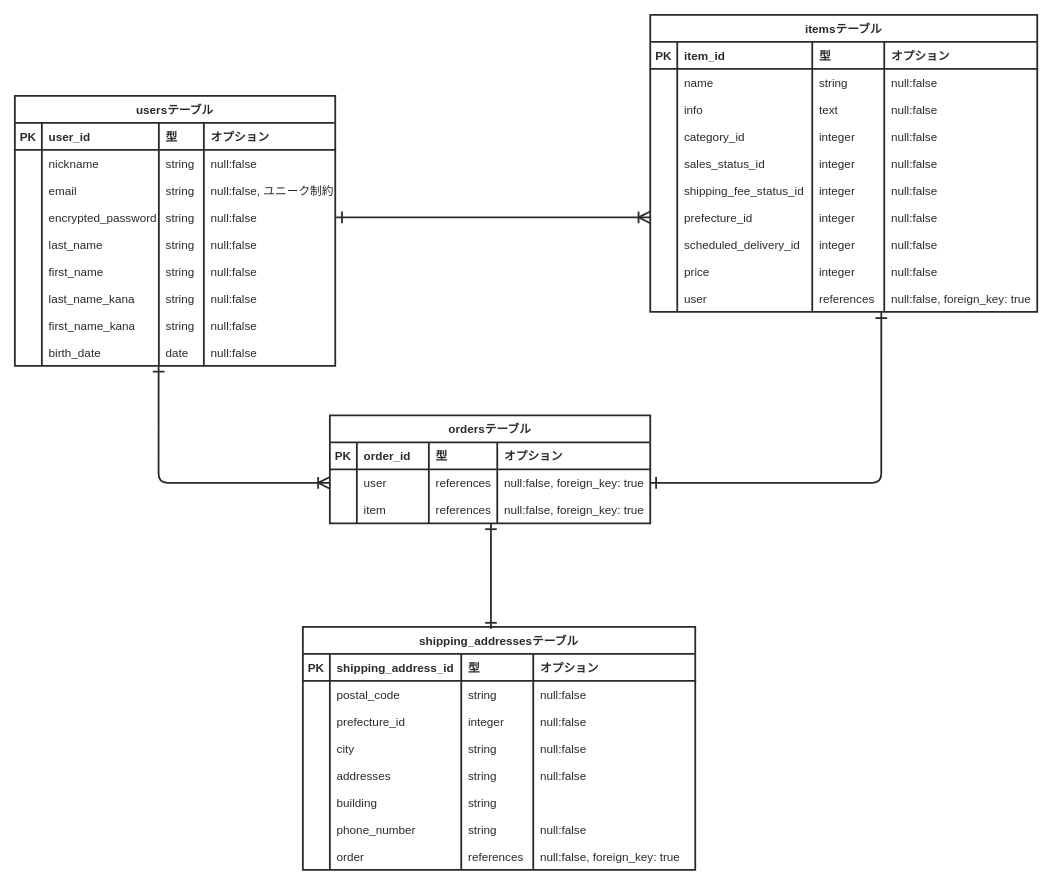
Before: database.dio in aktmmiri/furima-37102, a draw.io diagram. Source tidied: cells renumbered, new cells numbered last; positions are measured from the earlier drawing's top-left corner, leaving out a move shared by most shapes. Both pictures are drawn from the tidied source at 90%, with x=0, y=0 at pixel (14, 14).
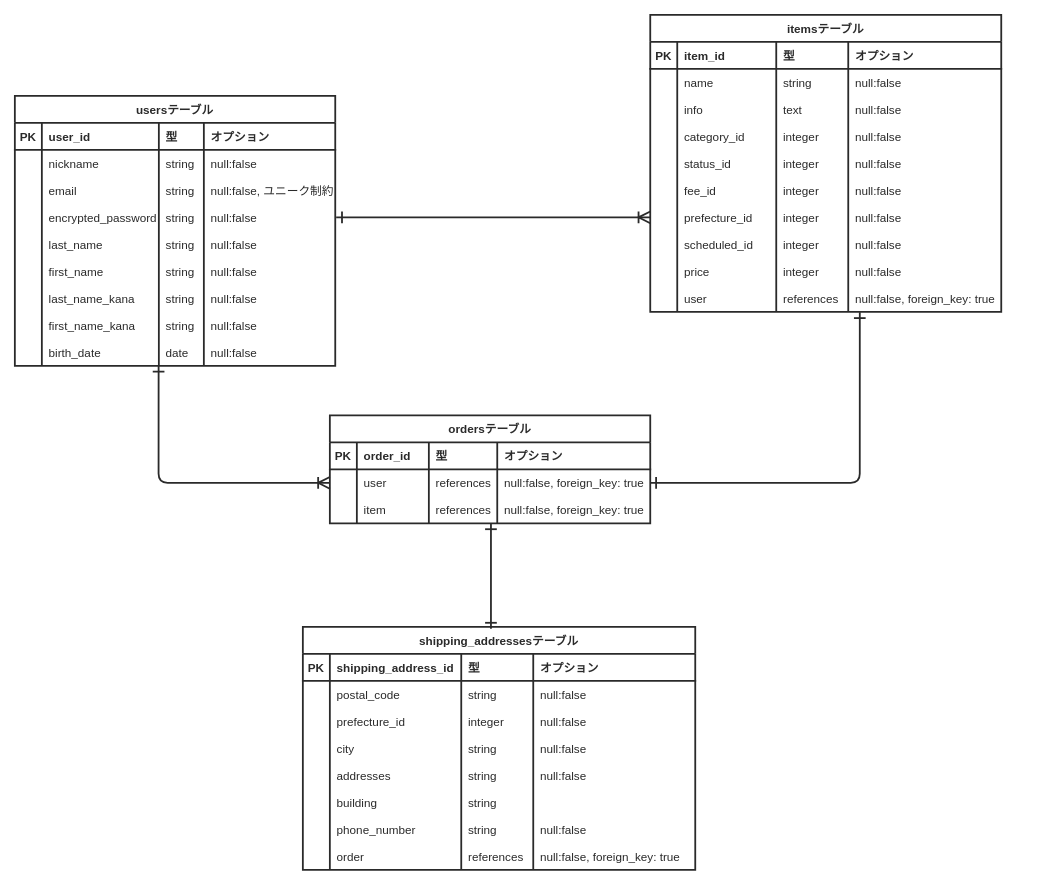
Above is the later version.

What changed in the source:
```diff
@@
     <mxCell id="48" value="itemsテーブル" style="shape=table;startSize=30;childLayout=tableLayout;rowLines=0;fontStyle=1;align=center;strokeWidth=2;labelBackgroundColor=none;fontColor=#2A2A2A;strokeColor=#2A2A2A;fontSize=13;" parent="1" vertex="1">
-      <mxGeometry x="706" width="430" height="330" as="geometry" />
+      <mxGeometry x="706" width="390" height="330" as="geometry" />
     </mxCell>
     <mxCell id="49" style="shape=partialRectangle;fillColor=none;top=0;left=0;bottom=1;right=0;fontColor=#2A2A2A;strokeColor=#2A2A2A;fontSize=13;strokeWidth=2;" parent="48" vertex="1">
-      <mxGeometry y="30" width="430" height="30" as="geometry" />
+      <mxGeometry y="30" width="390" height="30" as="geometry" />
     </mxCell>
@@
     <mxCell id="51" value="item_id" style="shape=partialRectangle;fillColor=none;top=0;left=0;bottom=0;right=0;align=left;spacingLeft=6;fontStyle=1;overflow=hidden;fontColor=#2A2A2A;strokeColor=#2A2A2A;fontSize=13;strokeWidth=2;" parent="49" vertex="1">
-      <mxGeometry x="30" width="150" height="30" as="geometry" />
+      <mxGeometry x="30" width="110" height="30" as="geometry" />
     </mxCell>
     <mxCell id="52" value="型" style="shape=partialRectangle;fillColor=none;top=0;left=0;bottom=0;right=0;align=left;spacingLeft=6;fontStyle=1;overflow=hidden;fontColor=#2A2A2A;strokeColor=#2A2A2A;fontSize=13;strokeWidth=2;" parent="49" vertex="1">
-      <mxGeometry x="180" width="80" height="30" as="geometry" />
+      <mxGeometry x="140" width="80" height="30" as="geometry" />
     </mxCell>
     <mxCell id="53" value="オプション" style="shape=partialRectangle;fillColor=none;top=0;left=0;bottom=0;right=0;align=left;spacingLeft=6;fontStyle=1;overflow=hidden;fontColor=#2A2A2A;strokeColor=#2A2A2A;fontSize=13;strokeWidth=2;" parent="49" vertex="1">
-      <mxGeometry x="260" width="170" height="30" as="geometry" />
+      <mxGeometry x="220" width="170" height="30" as="geometry" />
     </mxCell>
     <mxCell id="54" style="shape=partialRectangle;fillColor=none;top=0;left=0;bottom=0;right=0;fontColor=#2A2A2A;strokeColor=#2A2A2A;fontSize=13;strokeWidth=2;" parent="48" vertex="1">
-      <mxGeometry y="60" width="430" height="30" as="geometry" />
+      <mxGeometry y="60" width="390" height="30" as="geometry" />
     </mxCell>
@@
     <mxCell id="56" value="name" style="shape=partialRectangle;fillColor=none;top=0;left=0;bottom=0;right=0;align=left;spacingLeft=6;overflow=hidden;fontColor=#2A2A2A;strokeColor=#2A2A2A;fontSize=13;strokeWidth=2;" parent="54" vertex="1">
-      <mxGeometry x="30" width="150" height="30" as="geometry" />
+      <mxGeometry x="30" width="110" height="30" as="geometry" />
     </mxCell>
     <mxCell id="57" value="string" style="shape=partialRectangle;fillColor=none;top=0;left=0;bottom=0;right=0;align=left;spacingLeft=6;overflow=hidden;fontColor=#2A2A2A;strokeColor=#2A2A2A;fontSize=13;strokeWidth=2;" parent="54" vertex="1">
-      <mxGeometry x="180" width="80" height="30" as="geometry" />
+      <mxGeometry x="140" width="80" height="30" as="geometry" />
     </mxCell>
     <mxCell id="58" value="null:false" style="shape=partialRectangle;fillColor=none;top=0;left=0;bottom=0;right=0;align=left;spacingLeft=6;overflow=hidden;fontColor=#2A2A2A;strokeColor=#2A2A2A;fontSize=13;strokeWidth=2;" parent="54" vertex="1">
-      <mxGeometry x="260" width="170" height="30" as="geometry" />
+      <mxGeometry x="220" width="170" height="30" as="geometry" />
     </mxCell>
     <mxCell id="59" style="shape=partialRectangle;fillColor=none;top=0;left=0;bottom=0;right=0;fontColor=#2A2A2A;strokeColor=#2A2A2A;fontSize=13;strokeWidth=2;" parent="48" vertex="1">
-      <mxGeometry y="90" width="430" height="30" as="geometry" />
+      <mxGeometry y="90" width="390" height="30" as="geometry" />
     </mxCell>
@@
     <mxCell id="61" value="info" style="shape=partialRectangle;fillColor=none;top=0;left=0;bottom=0;right=0;align=left;spacingLeft=6;overflow=hidden;fontColor=#2A2A2A;strokeColor=#2A2A2A;fontSize=13;strokeWidth=2;" parent="59" vertex="1">
-      <mxGeometry x="30" width="150" height="30" as="geometry" />
+      <mxGeometry x="30" width="110" height="30" as="geometry" />
     </mxCell>
     <mxCell id="62" value="text" style="shape=partialRectangle;fillColor=none;top=0;left=0;bottom=0;right=0;align=left;spacingLeft=6;overflow=hidden;fontColor=#2A2A2A;strokeColor=#2A2A2A;fontSize=13;strokeWidth=2;" parent="59" vertex="1">
-      <mxGeometry x="180" width="80" height="30" as="geometry" />
+      <mxGeometry x="140" width="80" height="30" as="geometry" />
     </mxCell>
     <mxCell id="63" value="null:false" style="shape=partialRectangle;fillColor=none;top=0;left=0;bottom=0;right=0;align=left;spacingLeft=6;overflow=hidden;fontColor=#2A2A2A;strokeColor=#2A2A2A;fontSize=13;strokeWidth=2;" parent="59" vertex="1">
-      <mxGeometry x="260" width="170" height="30" as="geometry" />
+      <mxGeometry x="220" width="170" height="30" as="geometry" />
     </mxCell>
     <mxCell id="64" style="shape=partialRectangle;fillColor=none;top=0;left=0;bottom=0;right=0;fontColor=#2A2A2A;strokeColor=#2A2A2A;fontSize=13;strokeWidth=2;" parent="48" vertex="1">
-      <mxGeometry y="120" width="430" height="30" as="geometry" />
+      <mxGeometry y="120" width="390" height="30" as="geometry" />
     </mxCell>
@@
     <mxCell id="66" value="category_id" style="shape=partialRectangle;fillColor=none;top=0;left=0;bottom=0;right=0;align=left;spacingLeft=6;overflow=hidden;fontColor=#2A2A2A;strokeColor=#2A2A2A;fontSize=13;strokeWidth=2;" parent="64" vertex="1">
-      <mxGeometry x="30" width="150" height="30" as="geometry" />
+      <mxGeometry x="30" width="110" height="30" as="geometry" />
     </mxCell>
     <mxCell id="67" value="integer" style="shape=partialRectangle;fillColor=none;top=0;left=0;bottom=0;right=0;align=left;spacingLeft=6;overflow=hidden;fontColor=#2A2A2A;strokeColor=#2A2A2A;fontSize=13;strokeWidth=2;" parent="64" vertex="1">
-      <mxGeometry x="180" width="80" height="30" as="geometry" />
+      <mxGeometry x="140" width="80" height="30" as="geometry" />
     </mxCell>
     <mxCell id="68" value="null:false" style="shape=partialRectangle;fillColor=none;top=0;left=0;bottom=0;right=0;align=left;spacingLeft=6;overflow=hidden;fontColor=#2A2A2A;strokeColor=#2A2A2A;fontSize=13;strokeWidth=2;" parent="64" vertex="1">
-      <mxGeometry x="260" width="170" height="30" as="geometry" />
+      <mxGeometry x="220" width="170" height="30" as="geometry" />
     </mxCell>
     <mxCell id="69" style="shape=partialRectangle;fillColor=none;top=0;left=0;bottom=0;right=0;fontColor=#2A2A2A;strokeColor=#2A2A2A;fontSize=13;strokeWidth=2;" parent="48" vertex="1">
-      <mxGeometry y="150" width="430" height="30" as="geometry" />
+      <mxGeometry y="150" width="390" height="30" as="geometry" />
     </mxCell>
@@
-    <mxCell id="71" value="sales_status_id" style="shape=partialRectangle;fillColor=none;top=0;left=0;bottom=0;right=0;align=left;spacingLeft=6;overflow=hidden;fontColor=#2A2A2A;strokeColor=#2A2A2A;fontSize=13;strokeWidth=2;" parent="69" vertex="1">
-      <mxGeometry x="30" width="150" height="30" as="geometry" />
+    <mxCell id="71" value="status_id" style="shape=partialRectangle;fillColor=none;top=0;left=0;bottom=0;right=0;align=left;spacingLeft=6;overflow=hidden;fontColor=#2A2A2A;strokeColor=#2A2A2A;fontSize=13;strokeWidth=2;" parent="69" vertex="1">
+      <mxGeometry x="30" width="110" height="30" as="geometry" />
     </mxCell>
     <mxCell id="72" value="integer" style="shape=partialRectangle;fillColor=none;top=0;left=0;bottom=0;right=0;align=left;spacingLeft=6;overflow=hidden;fontColor=#2A2A2A;strokeColor=#2A2A2A;fontSize=13;strokeWidth=2;" parent="69" vertex="1">
-      <mxGeometry x="180" width="80" height="30" as="geometry" />
+      <mxGeometry x="140" width="80" height="30" as="geometry" />
     </mxCell>
     <mxCell id="73" value="null:false" style="shape=partialRectangle;fillColor=none;top=0;left=0;bottom=0;right=0;align=left;spacingLeft=6;overflow=hidden;fontColor=#2A2A2A;strokeColor=#2A2A2A;fontSize=13;strokeWidth=2;" parent="69" vertex="1">
-      <mxGeometry x="260" width="170" height="30" as="geometry" />
+      <mxGeometry x="220" width="170" height="30" as="geometry" />
     </mxCell>
     <mxCell id="74" style="shape=partialRectangle;fillColor=none;top=0;left=0;bottom=0;right=0;fontColor=#2A2A2A;strokeColor=#2A2A2A;fontSize=13;strokeWidth=2;" parent="48" vertex="1">
-      <mxGeometry y="180" width="430" height="30" as="geometry" />
+      <mxGeometry y="180" width="390" height="30" as="geometry" />
     </mxCell>
@@
-    <mxCell id="76" value="shipping_fee_status_id" style="shape=partialRectangle;fillColor=none;top=0;left=0;bottom=0;right=0;align=left;spacingLeft=6;overflow=hidden;fontColor=#2A2A2A;strokeColor=#2A2A2A;fontSize=13;strokeWidth=2;" parent="74" vertex="1">
-      <mxGeometry x="30" width="150" height="30" as="geometry" />
+    <mxCell id="76" value="fee_id" style="shape=partialRectangle;fillColor=none;top=0;left=0;bottom=0;right=0;align=left;spacingLeft=6;overflow=hidden;fontColor=#2A2A2A;strokeColor=#2A2A2A;fontSize=13;strokeWidth=2;" parent="74" vertex="1">
+      <mxGeometry x="30" width="110" height="30" as="geometry" />
     </mxCell>
     <mxCell id="77" value="integer" style="shape=partialRectangle;fillColor=none;top=0;left=0;bottom=0;right=0;align=left;spacingLeft=6;overflow=hidden;fontColor=#2A2A2A;strokeColor=#2A2A2A;fontSize=13;strokeWidth=2;" parent="74" vertex="1">
-      <mxGeometry x="180" width="80" height="30" as="geometry" />
+      <mxGeometry x="140" width="80" height="30" as="geometry" />
     </mxCell>
     <mxCell id="78" value="null:false" style="shape=partialRectangle;fillColor=none;top=0;left=0;bottom=0;right=0;align=left;spacingLeft=6;overflow=hidden;fontColor=#2A2A2A;strokeColor=#2A2A2A;fontSize=13;strokeWidth=2;" parent="74" vertex="1">
-      <mxGeometry x="260" width="170" height="30" as="geometry" />
+      <mxGeometry x="220" width="170" height="30" as="geometry" />
     </mxCell>
     <mxCell id="79" style="shape=partialRectangle;fillColor=none;top=0;left=0;bottom=0;right=0;points=[[0,0.5],[1,0.5]];portConstraint=eastwest;fontColor=#2A2A2A;strokeColor=#2A2A2A;fontSize=13;strokeWidth=2;" parent="48" vertex="1">
-      <mxGeometry y="210" width="430" height="30" as="geometry" />
+      <mxGeometry y="210" width="390" height="30" as="geometry" />
     </mxCell>
@@
     <mxCell id="81" value="prefecture_id" style="shape=partialRectangle;fillColor=none;top=0;left=0;bottom=0;right=0;align=left;spacingLeft=6;overflow=hidden;fontColor=#2A2A2A;strokeColor=#2A2A2A;fontSize=13;strokeWidth=2;" parent="79" vertex="1">
-      <mxGeometry x="30" width="150" height="30" as="geometry" />
+      <mxGeometry x="30" width="110" height="30" as="geometry" />
     </mxCell>
     <mxCell id="82" value="integer" style="shape=partialRectangle;fillColor=none;top=0;left=0;bottom=0;right=0;align=left;spacingLeft=6;overflow=hidden;fontColor=#2A2A2A;strokeColor=#2A2A2A;fontSize=13;strokeWidth=2;" parent="79" vertex="1">
-      <mxGeometry x="180" width="80" height="30" as="geometry" />
+      <mxGeometry x="140" width="80" height="30" as="geometry" />
     </mxCell>
     <mxCell id="83" value="null:false" style="shape=partialRectangle;fillColor=none;top=0;left=0;bottom=0;right=0;align=left;spacingLeft=6;overflow=hidden;fontColor=#2A2A2A;strokeColor=#2A2A2A;fontSize=13;strokeWidth=2;" parent="79" vertex="1">
-      <mxGeometry x="260" width="170" height="30" as="geometry" />
+      <mxGeometry x="220" width="170" height="30" as="geometry" />
     </mxCell>
     <mxCell id="84" style="shape=partialRectangle;fillColor=none;top=0;left=0;bottom=0;right=0;fontColor=#2A2A2A;strokeColor=#2A2A2A;fontSize=13;strokeWidth=2;" parent="48" vertex="1">
-      <mxGeometry y="240" width="430" height="30" as="geometry" />
+      <mxGeometry y="240" width="390" height="30" as="geometry" />
     </mxCell>
@@
-    <mxCell id="86" value="scheduled_delivery_id" style="shape=partialRectangle;fillColor=none;top=0;left=0;bottom=0;right=0;align=left;spacingLeft=6;overflow=hidden;fontColor=#2A2A2A;strokeColor=#2A2A2A;fontSize=13;strokeWidth=2;" parent="84" vertex="1">
-      <mxGeometry x="30" width="150" height="30" as="geometry" />
+    <mxCell id="86" value="scheduled_id" style="shape=partialRectangle;fillColor=none;top=0;left=0;bottom=0;right=0;align=left;spacingLeft=6;overflow=hidden;fontColor=#2A2A2A;strokeColor=#2A2A2A;fontSize=13;strokeWidth=2;" parent="84" vertex="1">
+      <mxGeometry x="30" width="110" height="30" as="geometry" />
     </mxCell>
     <mxCell id="87" value="integer" style="shape=partialRectangle;fillColor=none;top=0;left=0;bottom=0;right=0;align=left;spacingLeft=6;overflow=hidden;fontColor=#2A2A2A;strokeColor=#2A2A2A;fontSize=13;strokeWidth=2;" parent="84" vertex="1">
-      <mxGeometry x="180" width="80" height="30" as="geometry" />
+      <mxGeometry x="140" width="80" height="30" as="geometry" />
     </mxCell>
     <mxCell id="88" value="null:false" style="shape=partialRectangle;fillColor=none;top=0;left=0;bottom=0;right=0;align=left;spacingLeft=6;overflow=hidden;fontColor=#2A2A2A;strokeColor=#2A2A2A;fontSize=13;strokeWidth=2;" parent="84" vertex="1">
-      <mxGeometry x="260" width="170" height="30" as="geometry" />
+      <mxGeometry x="220" width="170" height="30" as="geometry" />
     </mxCell>
     <mxCell id="89" style="shape=partialRectangle;fillColor=none;top=0;left=0;bottom=0;right=0;fontColor=#2A2A2A;strokeColor=#2A2A2A;fontSize=13;strokeWidth=2;" parent="48" vertex="1">
-      <mxGeometry y="270" width="430" height="30" as="geometry" />
+      <mxGeometry y="270" width="390" height="30" as="geometry" />
     </mxCell>
@@
     <mxCell id="91" value="price" style="shape=partialRectangle;fillColor=none;top=0;left=0;bottom=0;right=0;align=left;spacingLeft=6;overflow=hidden;fontColor=#2A2A2A;strokeColor=#2A2A2A;fontSize=13;strokeWidth=2;" parent="89" vertex="1">
-      <mxGeometry x="30" width="150" height="30" as="geometry" />
+      <mxGeometry x="30" width="110" height="30" as="geometry" />
     </mxCell>
     <mxCell id="92" value="integer" style="shape=partialRectangle;fillColor=none;top=0;left=0;bottom=0;right=0;align=left;spacingLeft=6;overflow=hidden;fontColor=#2A2A2A;strokeColor=#2A2A2A;fontSize=13;strokeWidth=2;" parent="89" vertex="1">
-      <mxGeometry x="180" width="80" height="30" as="geometry" />
+      <mxGeometry x="140" width="80" height="30" as="geometry" />
     </mxCell>
     <mxCell id="93" value="null:false" style="shape=partialRectangle;fillColor=none;top=0;left=0;bottom=0;right=0;align=left;spacingLeft=6;overflow=hidden;fontColor=#2A2A2A;strokeColor=#2A2A2A;fontSize=13;strokeWidth=2;" parent="89" vertex="1">
-      <mxGeometry x="260" width="170" height="30" as="geometry" />
+      <mxGeometry x="220" width="170" height="30" as="geometry" />
     </mxCell>
     <mxCell id="94" style="shape=partialRectangle;fillColor=none;top=0;left=0;bottom=0;right=0;points=[[0,0.5],[1,0.5]];portConstraint=eastwest;fontColor=#2A2A2A;strokeColor=#2A2A2A;fontSize=13;strokeWidth=2;" parent="48" vertex="1">
-      <mxGeometry y="300" width="430" height="30" as="geometry" />
+      <mxGeometry y="300" width="390" height="30" as="geometry" />
     </mxCell>
@@
     <mxCell id="96" value="user" style="shape=partialRectangle;fillColor=none;top=0;left=0;bottom=0;right=0;align=left;spacingLeft=6;overflow=hidden;fontColor=#2A2A2A;strokeColor=#2A2A2A;fontSize=13;strokeWidth=2;" parent="94" vertex="1">
-      <mxGeometry x="30" width="150" height="30" as="geometry" />
+      <mxGeometry x="30" width="110" height="30" as="geometry" />
     </mxCell>
     <mxCell id="97" value="references" style="shape=partialRectangle;fillColor=none;top=0;left=0;bottom=0;right=0;align=left;spacingLeft=6;overflow=hidden;fontColor=#2A2A2A;strokeColor=#2A2A2A;fontSize=13;strokeWidth=2;" parent="94" vertex="1">
-      <mxGeometry x="180" width="80" height="30" as="geometry" />
+      <mxGeometry x="140" width="80" height="30" as="geometry" />
     </mxCell>
     <mxCell id="98" value="null:false, foreign_key: true" style="shape=partialRectangle;fillColor=none;top=0;left=0;bottom=0;right=0;align=left;spacingLeft=6;overflow=hidden;fontColor=#2A2A2A;strokeColor=#2A2A2A;fontSize=13;strokeWidth=2;" parent="94" vertex="1">
-      <mxGeometry x="260" width="170" height="30" as="geometry" />
+      <mxGeometry x="220" width="170" height="30" as="geometry" />
     </mxCell>
```
